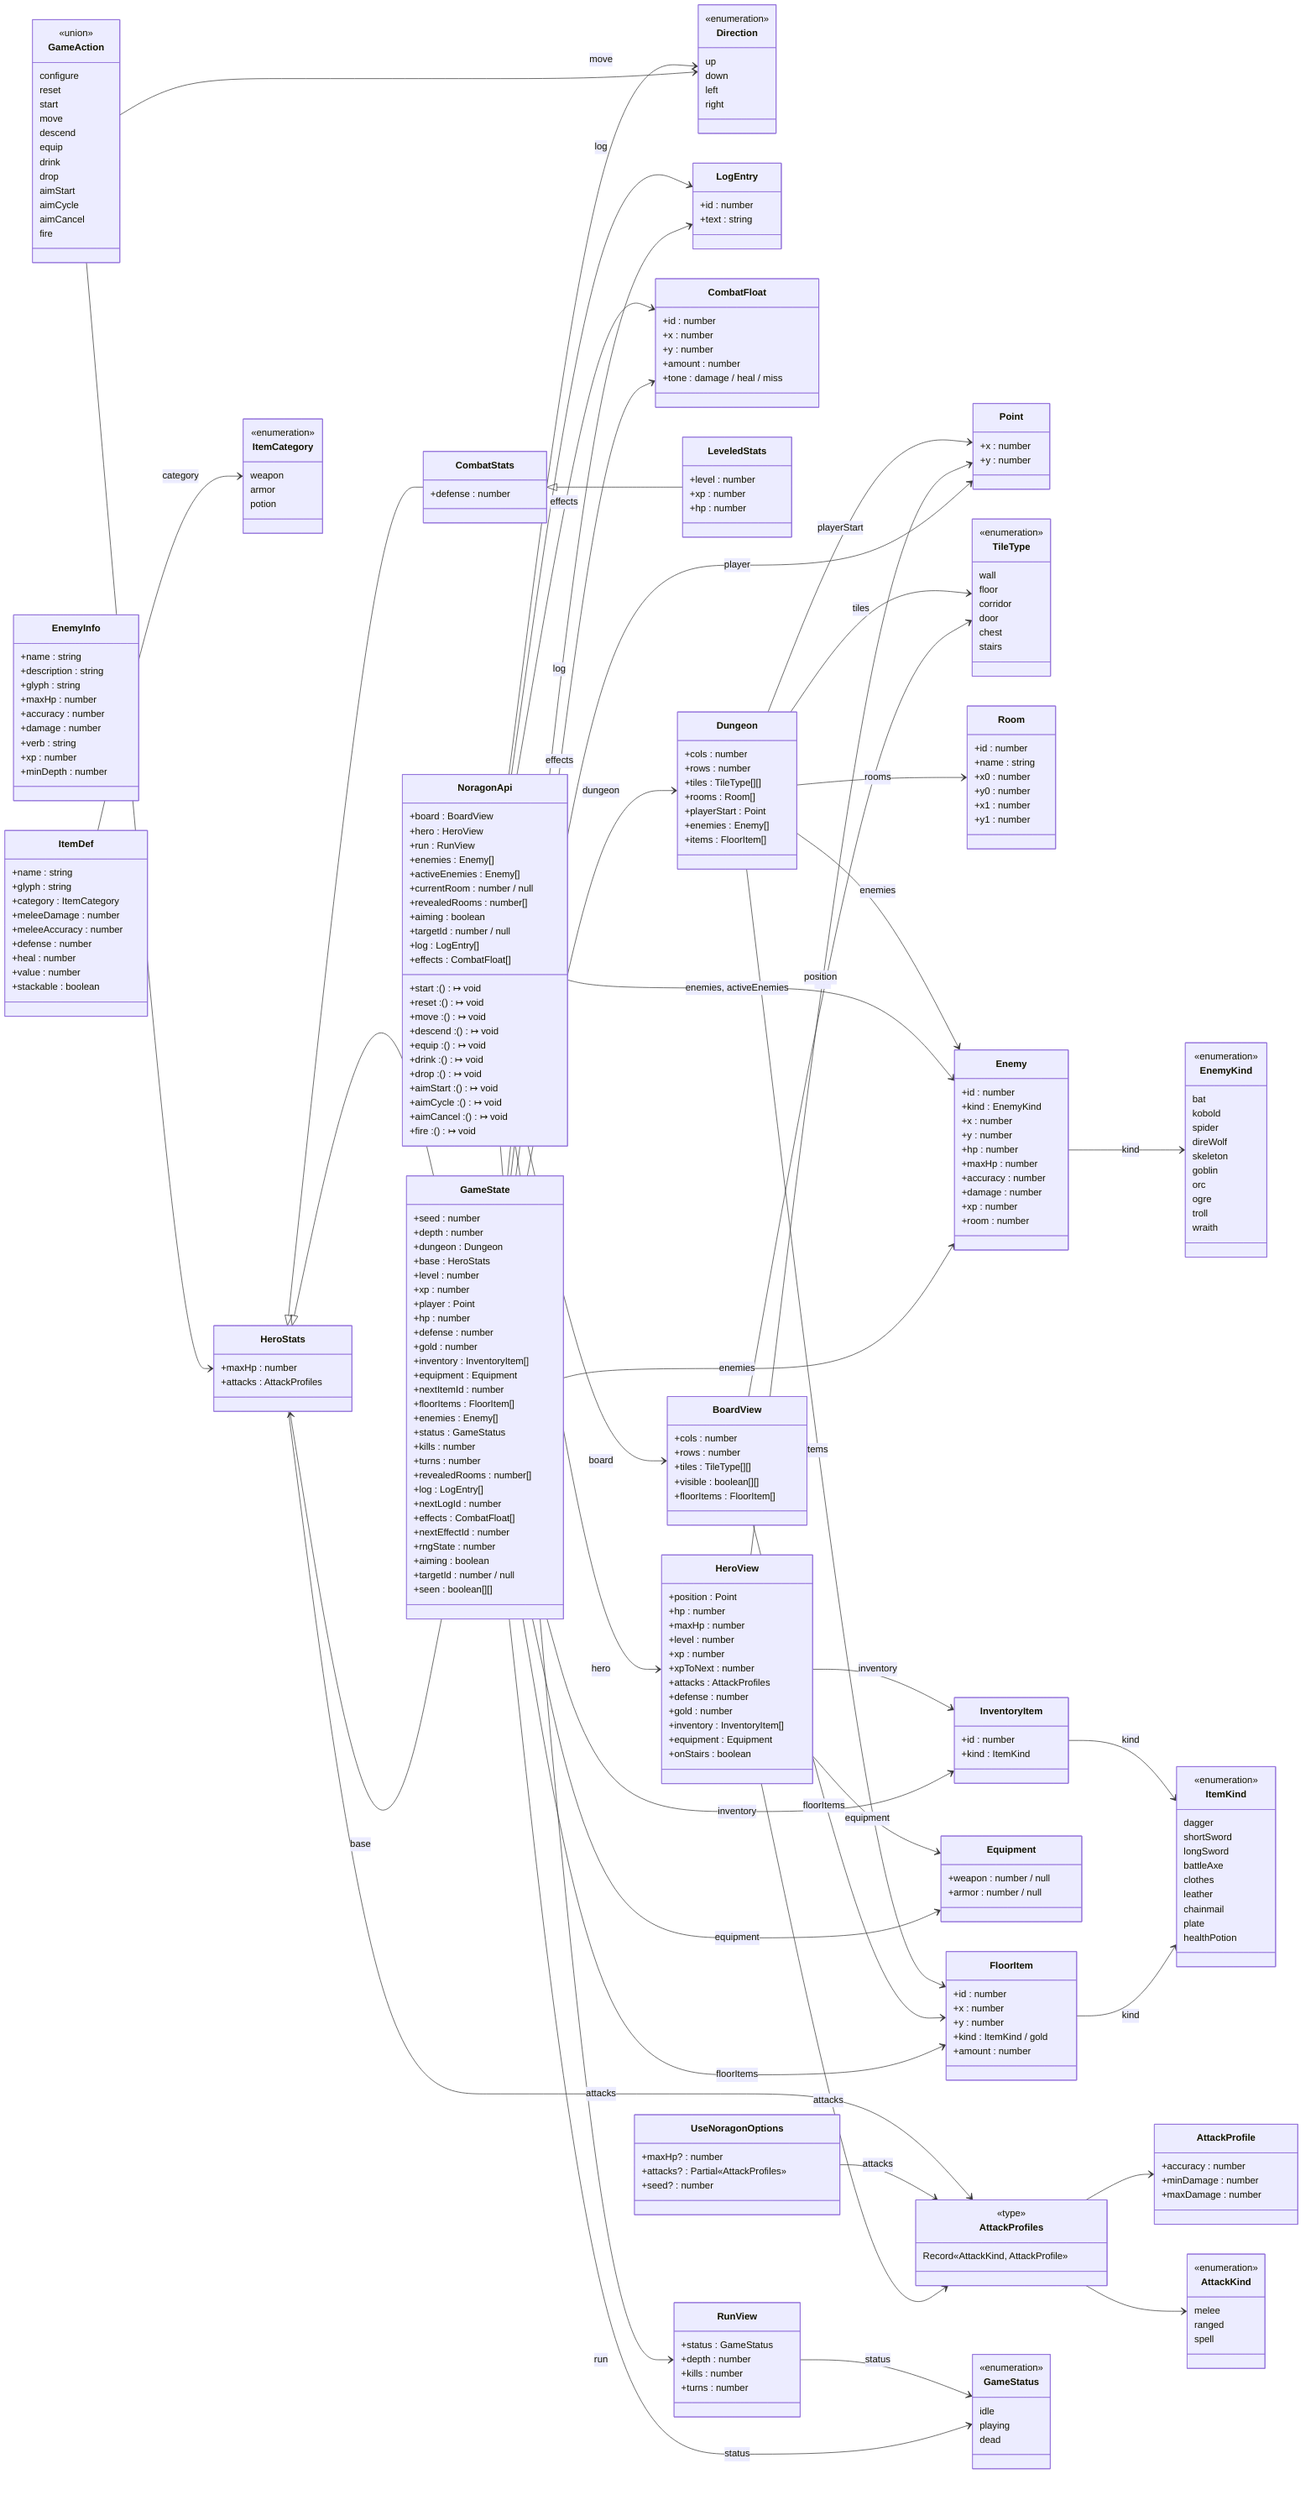
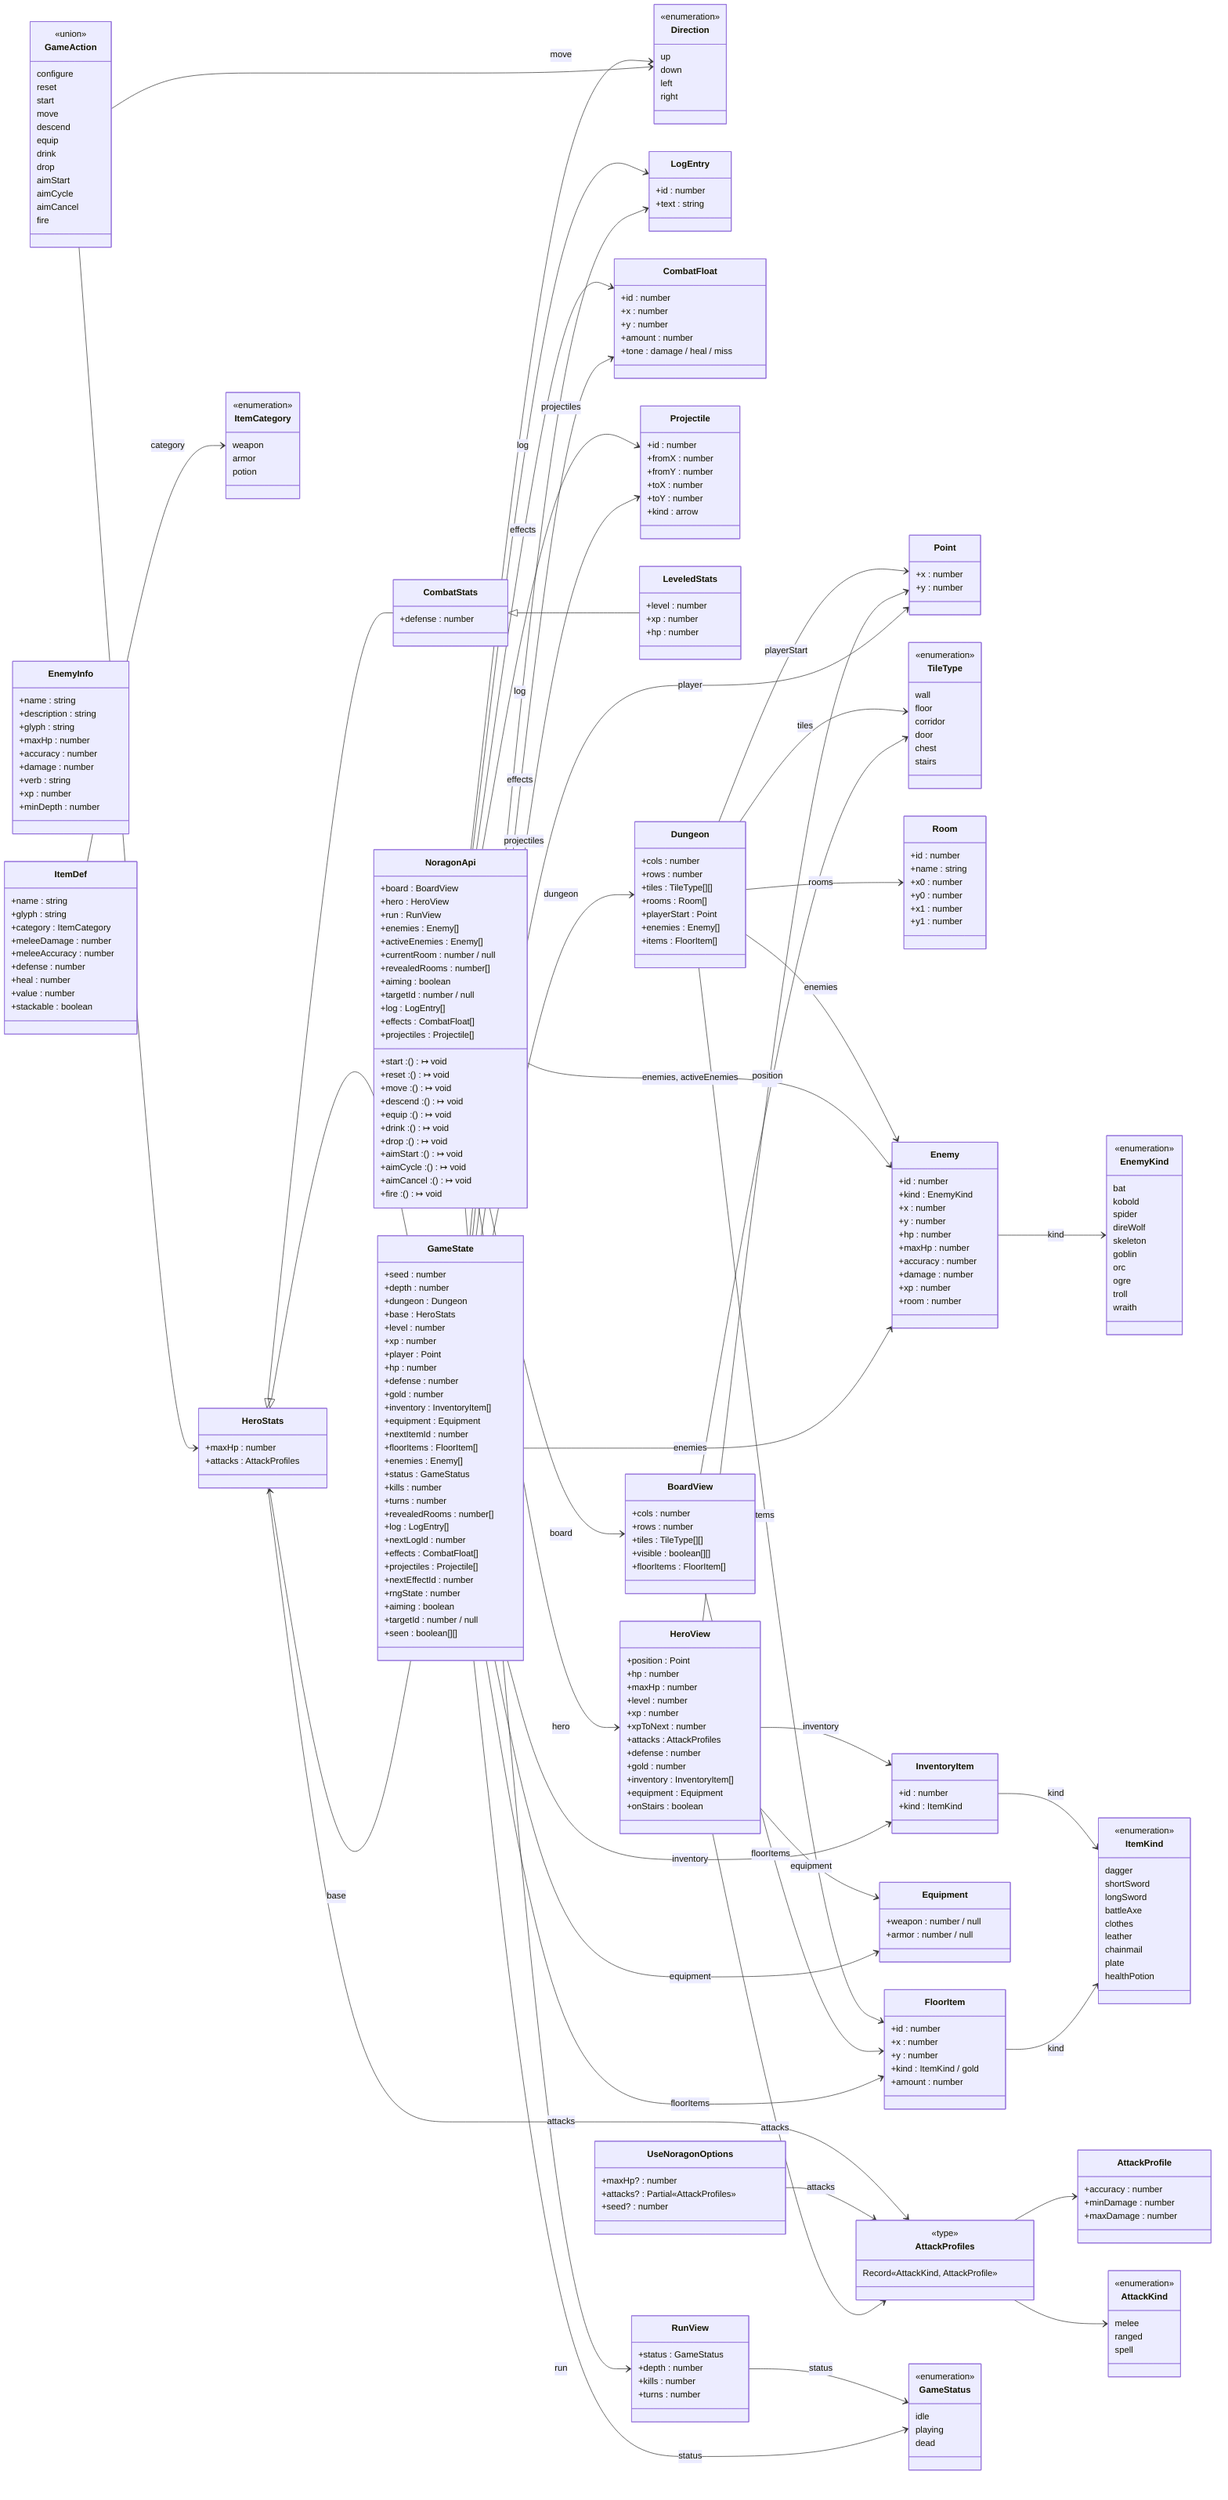
classDiagram
  direction LR
  class Point {
    +x : number
    +y : number
  }
  class Direction {
    <<enumeration>>
    up
    down
    left
    right
  }
  class TileType {
    <<enumeration>>
    wall
    floor
    corridor
    door
    chest
    stairs
  }
  class Room {
    +id : number
    +name : string
    +x0 : number
    +y0 : number
    +x1 : number
    +y1 : number
  }
  class LogEntry {
    +id : number
    +text : string
  }
  class CombatFloat {
    +id : number
    +x : number
    +y : number
    +amount : number
    +tone : damage / heal / miss
+   }
+   class Projectile {
+     +id : number
+     +fromX : number
+     +fromY : number
+     +toX : number
+     +toY : number
+     +kind : arrow
  }
  class InventoryItem {
    +id : number
    +kind : ItemKind
  }
  class FloorItem {
    +id : number
    +x : number
    +y : number
    +kind : ItemKind / gold
    +amount : number
  }
  class Equipment {
    +weapon : number / null
    +armor : number / null
  }
  class AttackKind {
    <<enumeration>>
    melee
    ranged
    spell
  }
  class AttackProfile {
    +accuracy : number
    +minDamage : number
    +maxDamage : number
  }
  class AttackProfiles {
    <<type>>
    Record«AttackKind, AttackProfile»
  }
  class Enemy {
    +id : number
    +kind : EnemyKind
    +x : number
    +y : number
    +hp : number
    +maxHp : number
    +accuracy : number
    +damage : number
    +xp : number
    +room : number
  }
  class GameStatus {
    <<enumeration>>
    idle
    playing
    dead
  }
  class HeroStats {
    +maxHp : number
    +attacks : AttackProfiles
  }
  class CombatStats {
    +defense : number
  }
  class LeveledStats {
    +level : number
    +xp : number
    +hp : number
  }
  class Dungeon {
    +cols : number
    +rows : number
    +tiles : TileType[][]
    +rooms : Room[]
    +playerStart : Point
    +enemies : Enemy[]
    +items : FloorItem[]
  }
  class UseNoragonOptions {
    +maxHp? : number
    +attacks? : Partial«AttackProfiles»
    +seed? : number
  }
  class BoardView {
    +cols : number
    +rows : number
    +tiles : TileType[][]
    +visible : boolean[][]
    +floorItems : FloorItem[]
  }
  class HeroView {
    +position : Point
    +hp : number
    +maxHp : number
    +level : number
    +xp : number
    +xpToNext : number
    +attacks : AttackProfiles
    +defense : number
    +gold : number
    +inventory : InventoryItem[]
    +equipment : Equipment
    +onStairs : boolean
  }
  class RunView {
    +status : GameStatus
    +depth : number
    +kills : number
    +turns : number
  }
  class NoragonApi {
    +board : BoardView
    +hero : HeroView
    +run : RunView
    +enemies : Enemy[]
    +activeEnemies : Enemy[]
    +currentRoom : number / null
    +revealedRooms : number[]
    +aiming : boolean
    +targetId : number / null
    +log : LogEntry[]
    +effects : CombatFloat[]
+     +projectiles : Projectile[]
    +start : () ↦ void
    +reset : () ↦ void
    +move : () ↦ void
    +descend : () ↦ void
    +equip : () ↦ void
    +drink : () ↦ void
    +drop : () ↦ void
    +aimStart : () ↦ void
    +aimCycle : () ↦ void
    +aimCancel : () ↦ void
    +fire : () ↦ void
  }
  class GameState {
    +seed : number
    +depth : number
    +dungeon : Dungeon
    +base : HeroStats
    +level : number
    +xp : number
    +player : Point
    +hp : number
    +defense : number
    +gold : number
    +inventory : InventoryItem[]
    +equipment : Equipment
    +nextItemId : number
    +floorItems : FloorItem[]
    +enemies : Enemy[]
    +status : GameStatus
    +kills : number
    +turns : number
    +revealedRooms : number[]
    +log : LogEntry[]
    +nextLogId : number
    +effects : CombatFloat[]
+     +projectiles : Projectile[]
    +nextEffectId : number
    +rngState : number
    +aiming : boolean
    +targetId : number / null
    +seen : boolean[][]
  }
  class GameAction {
    <<union>>
    configure
    reset
    start
    move
    descend
    equip
    drink
    drop
    aimStart
    aimCycle
    aimCancel
    fire
  }
  class EnemyKind {
    <<enumeration>>
    bat
    kobold
    spider
    direWolf
    skeleton
    goblin
    orc
    ogre
    troll
    wraith
  }
  class EnemyInfo {
    +name : string
    +description : string
    +glyph : string
    +maxHp : number
    +accuracy : number
    +damage : number
    +verb : string
    +xp : number
    +minDepth : number
  }
  class ItemCategory {
    <<enumeration>>
    weapon
    armor
    potion
  }
  class ItemKind {
    <<enumeration>>
    dagger
    shortSword
    longSword
    battleAxe
    clothes
    leather
    chainmail
    plate
    healthPotion
  }
  class ItemDef {
    +name : string
    +glyph : string
    +category : ItemCategory
    +meleeDamage : number
    +meleeAccuracy : number
    +defense : number
    +heal : number
    +value : number
    +stackable : boolean
  }
  InventoryItem --> ItemKind : kind
  FloorItem --> ItemKind : kind
  AttackProfiles --> AttackKind
  AttackProfiles --> AttackProfile
  Enemy --> EnemyKind : kind
  HeroStats --> AttackProfiles : attacks
  HeroStats <|-- CombatStats
  CombatStats <|-- LeveledStats
  Dungeon --> TileType : tiles
  Dungeon --> Room : rooms
  Dungeon --> Point : playerStart
  Dungeon --> Enemy : enemies
  Dungeon --> FloorItem : items
  UseNoragonOptions --> AttackProfiles : attacks
  BoardView --> TileType : tiles
  BoardView --> FloorItem : floorItems
  HeroView --> Point : position
  HeroView --> AttackProfiles : attacks
  HeroView --> InventoryItem : inventory
  HeroView --> Equipment : equipment
  RunView --> GameStatus : status
  NoragonApi --> BoardView : board
  NoragonApi --> HeroView : hero
  NoragonApi --> RunView : run
  NoragonApi --> Enemy : enemies, activeEnemies
  NoragonApi --> LogEntry : log
  NoragonApi --> CombatFloat : effects
+   NoragonApi --> Projectile : projectiles
  NoragonApi --> Direction : move
  HeroStats <|-- GameState
  GameState --> Dungeon : dungeon
  GameState --> HeroStats : base
  GameState --> Point : player
  GameState --> InventoryItem : inventory
  GameState --> Equipment : equipment
  GameState --> FloorItem : floorItems
  GameState --> Enemy : enemies
  GameState --> GameStatus : status
  GameState --> LogEntry : log
  GameState --> CombatFloat : effects
+   GameState --> Projectile : projectiles
  GameAction --> HeroStats
  GameAction --> Direction
  ItemDef --> ItemCategory : category
